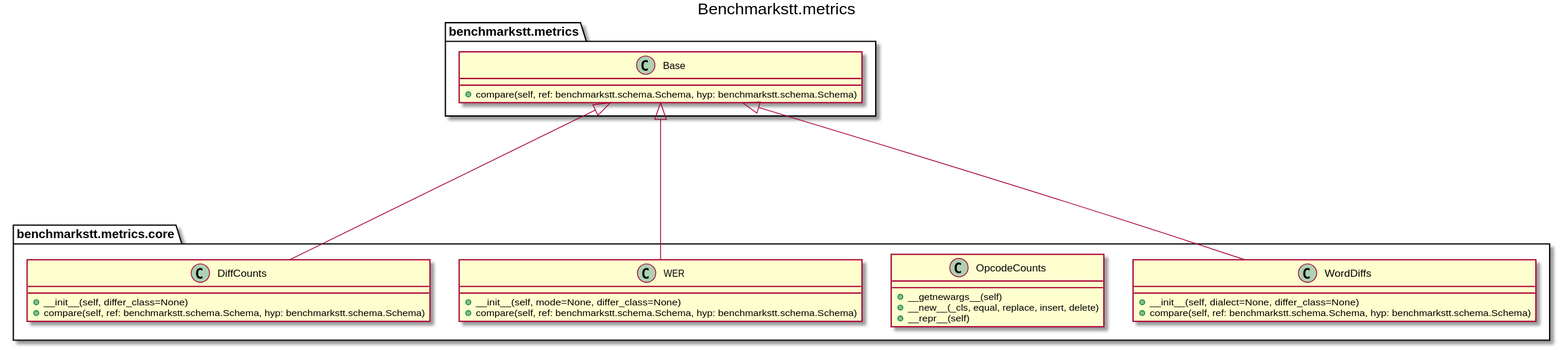
ebu/benchmarkstt keeps this PlantUML diagram as docs/_static/uml/benchmarkstt.metrics.svg. Above is the earlier version.
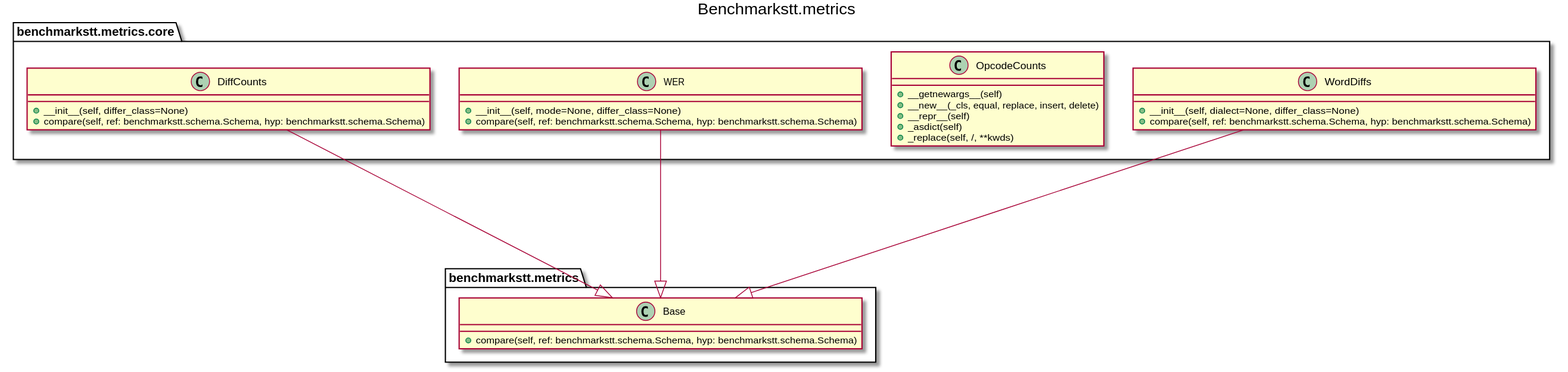
After the change.

What changed in the source:
```diff
@@ -1,27 +1,35 @@
 @startuml
 title Benchmarkstt.metrics
-		class benchmarkstt.metrics.Base [[https://benchmarkstt.readthedocs.io/en/latest/modules/benchmarkstt.metrics.html#benchmarkstt.metrics.Base]] {
-			+compare(self, ref: benchmarkstt.schema.Schema, hyp: benchmarkstt.schema.Schema)
-		}
-		class benchmarkstt.metrics.core.DiffCounts [[https://benchmarkstt.readthedocs.io/en/latest/modules/benchmarkstt.metrics.core.html#benchmarkstt.metrics.core.DiffCounts]] {
-			+__init__(self, differ_class=None)
-			+compare(self, ref: benchmarkstt.schema.Schema, hyp: benchmarkstt.schema.Schema)
-		}
-		class benchmarkstt.metrics.core.OpcodeCounts [[https://benchmarkstt.readthedocs.io/en/latest/modules/benchmarkstt.metrics.core.html#benchmarkstt.metrics.core.OpcodeCounts]] {
-			+__getnewargs__(self)
-			+__new__(_cls, equal, replace, insert, delete)
-			+__repr__(self)
-		}
-		class benchmarkstt.metrics.core.WER [[https://benchmarkstt.readthedocs.io/en/latest/modules/benchmarkstt.metrics.core.html#benchmarkstt.metrics.core.WER]] {
-			+__init__(self, mode=None, differ_class=None)
-			+compare(self, ref: benchmarkstt.schema.Schema, hyp: benchmarkstt.schema.Schema)
-		}
-		class benchmarkstt.metrics.core.WordDiffs [[https://benchmarkstt.readthedocs.io/en/latest/modules/benchmarkstt.metrics.core.html#benchmarkstt.metrics.core.WordDiffs]] {
-			+__init__(self, dialect=None, differ_class=None)
-			+compare(self, ref: benchmarkstt.schema.Schema, hyp: benchmarkstt.schema.Schema)
-		}
 
-benchmarkstt.metrics.core.DiffCounts --up--|> benchmarkstt.metrics.Base
-benchmarkstt.metrics.core.WER --up--|> benchmarkstt.metrics.Base
-benchmarkstt.metrics.core.WordDiffs --up--|> benchmarkstt.metrics.Base
+
+class benchmarkstt.metrics.Base [[https://benchmarkstt.readthedocs.io/en/latest/modules/benchmarkstt.metrics.html#benchmarkstt.metrics.Base]] {
+	+compare(self, ref: benchmarkstt.schema.Schema, hyp: benchmarkstt.schema.Schema)
+}
+
+class benchmarkstt.metrics.core.DiffCounts [[https://benchmarkstt.readthedocs.io/en/latest/modules/benchmarkstt.metrics.core.html#benchmarkstt.metrics.core.DiffCounts]] {
+	+__init__(self, differ_class=None)
+	+compare(self, ref: benchmarkstt.schema.Schema, hyp: benchmarkstt.schema.Schema)
+}
+
+class benchmarkstt.metrics.core.OpcodeCounts [[https://benchmarkstt.readthedocs.io/en/latest/modules/benchmarkstt.metrics.core.html#benchmarkstt.metrics.core.OpcodeCounts]] {
+	+__getnewargs__(self)
+	+__new__(_cls, equal, replace, insert, delete)
+	+__repr__(self)
+	+_asdict(self)
+	+_replace(self, /, **kwds)
+}
+
+class benchmarkstt.metrics.core.WER [[https://benchmarkstt.readthedocs.io/en/latest/modules/benchmarkstt.metrics.core.html#benchmarkstt.metrics.core.WER]] {
+	+__init__(self, mode=None, differ_class=None)
+	+compare(self, ref: benchmarkstt.schema.Schema, hyp: benchmarkstt.schema.Schema)
+}
+
+class benchmarkstt.metrics.core.WordDiffs [[https://benchmarkstt.readthedocs.io/en/latest/modules/benchmarkstt.metrics.core.html#benchmarkstt.metrics.core.WordDiffs]] {
+	+__init__(self, dialect=None, differ_class=None)
+	+compare(self, ref: benchmarkstt.schema.Schema, hyp: benchmarkstt.schema.Schema)
+}
+
+benchmarkstt.metrics.core.DiffCounts ----|> benchmarkstt.metrics.Base
+benchmarkstt.metrics.core.WER ----|> benchmarkstt.metrics.Base
+benchmarkstt.metrics.core.WordDiffs ----|> benchmarkstt.metrics.Base
 @enduml
```
